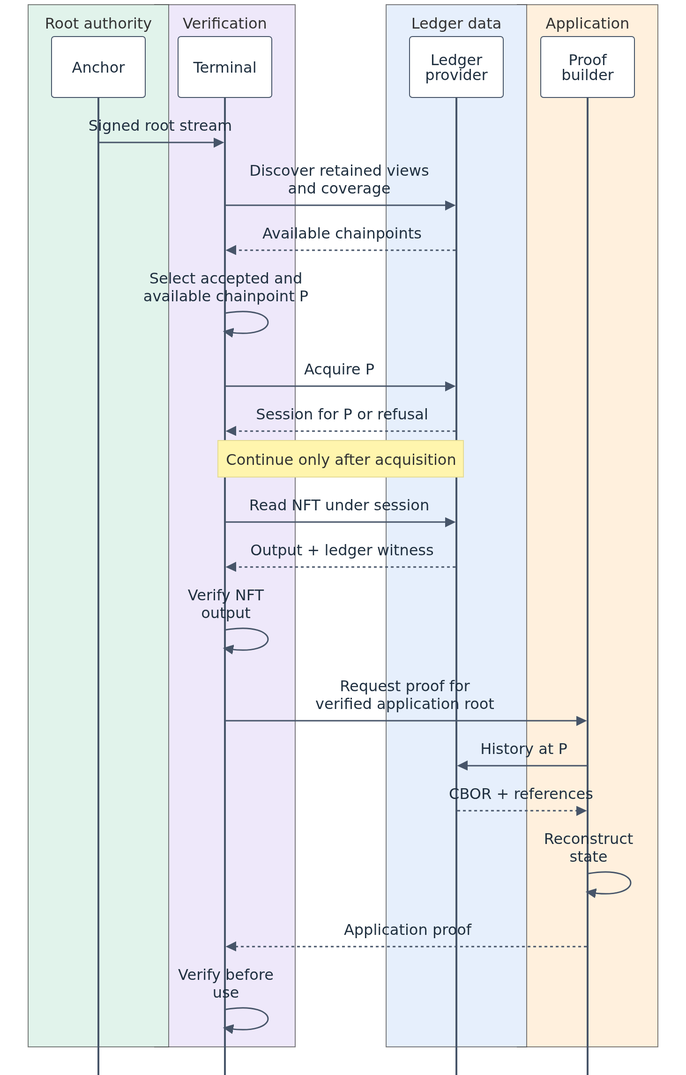
Above: docs/diagrams/proof-composition.png in lambdasistemi/lockness (Mermaid), before the change. Its source is kept beside it as docs/diagrams/proof-composition.mmd.
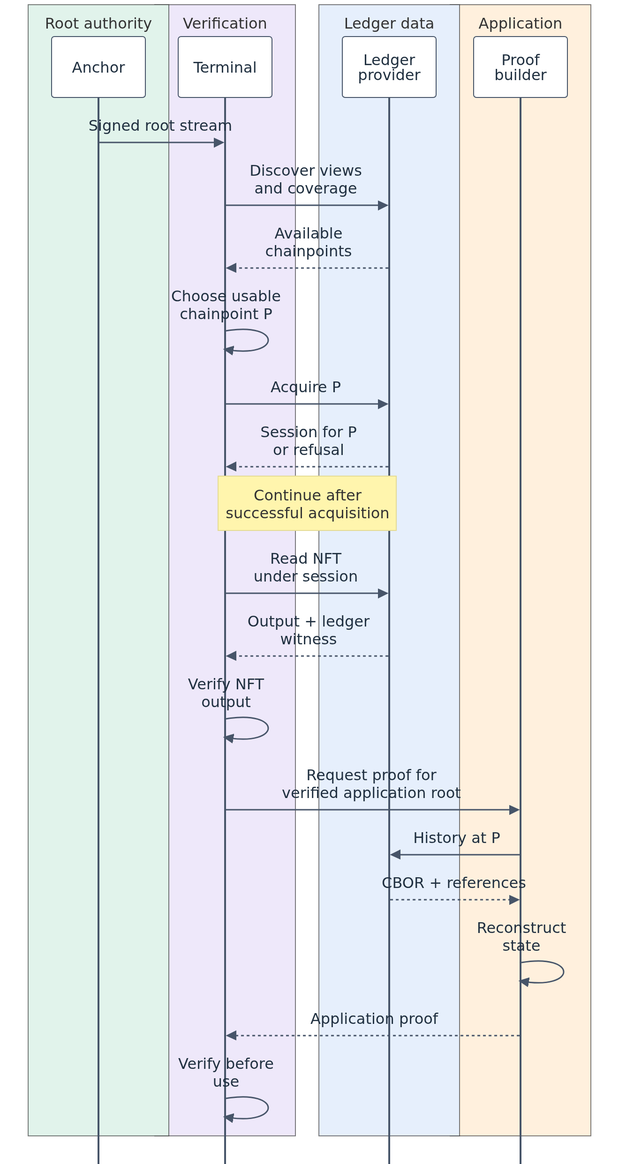
After the change.

The edit, as a diff of the source:
```diff
@@ -34,13 +34,13 @@
       participant B as Proof builder
     end
     A->>T: Signed root stream
-    T->>L: Discover retained views<br/>and coverage
-    L-->>T: Available chainpoints
-    T->>T: Select accepted and<br/>available chainpoint P
+    T->>L: Discover views<br/>and coverage
+    L-->>T: Available<br/>chainpoints
+    T->>T: Choose usable<br/>chainpoint P
     T->>L: Acquire P
-    L-->>T: Session for P or refusal
-    Note over T,L: Continue only after acquisition
-    T->>L: Read NFT under session
+    L-->>T: Session for P<br/>or refusal
+    Note over T,L: Continue after<br/>successful acquisition
+    T->>L: Read NFT<br/>under session
     L-->>T: Output + ledger witness
     T->>T: Verify NFT output
     T->>B: Request proof for<br/>verified application root
```
